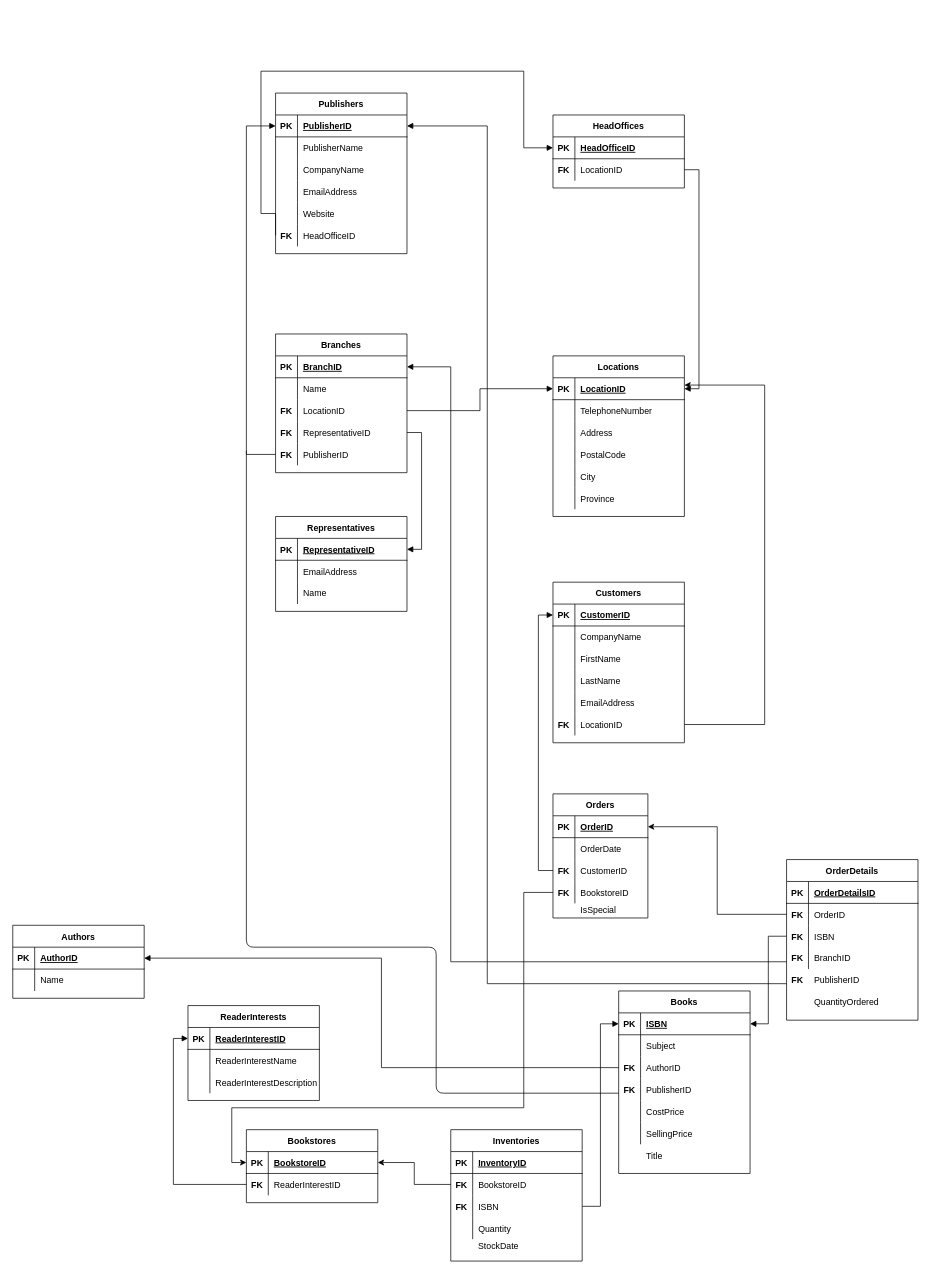
gordonpn/comp353-warmup-project keeps this draw.io diagram as relational-schema.drawio. Above is the earlier version. Source tidied: cells renumbered, new cells numbered last; positions are measured from the earlier drawing's top-left corner, leaving out a move shared by most shapes. Both pictures are drawn from the tidied source at 73%, with x=0, y=0 at pixel (12, 71).
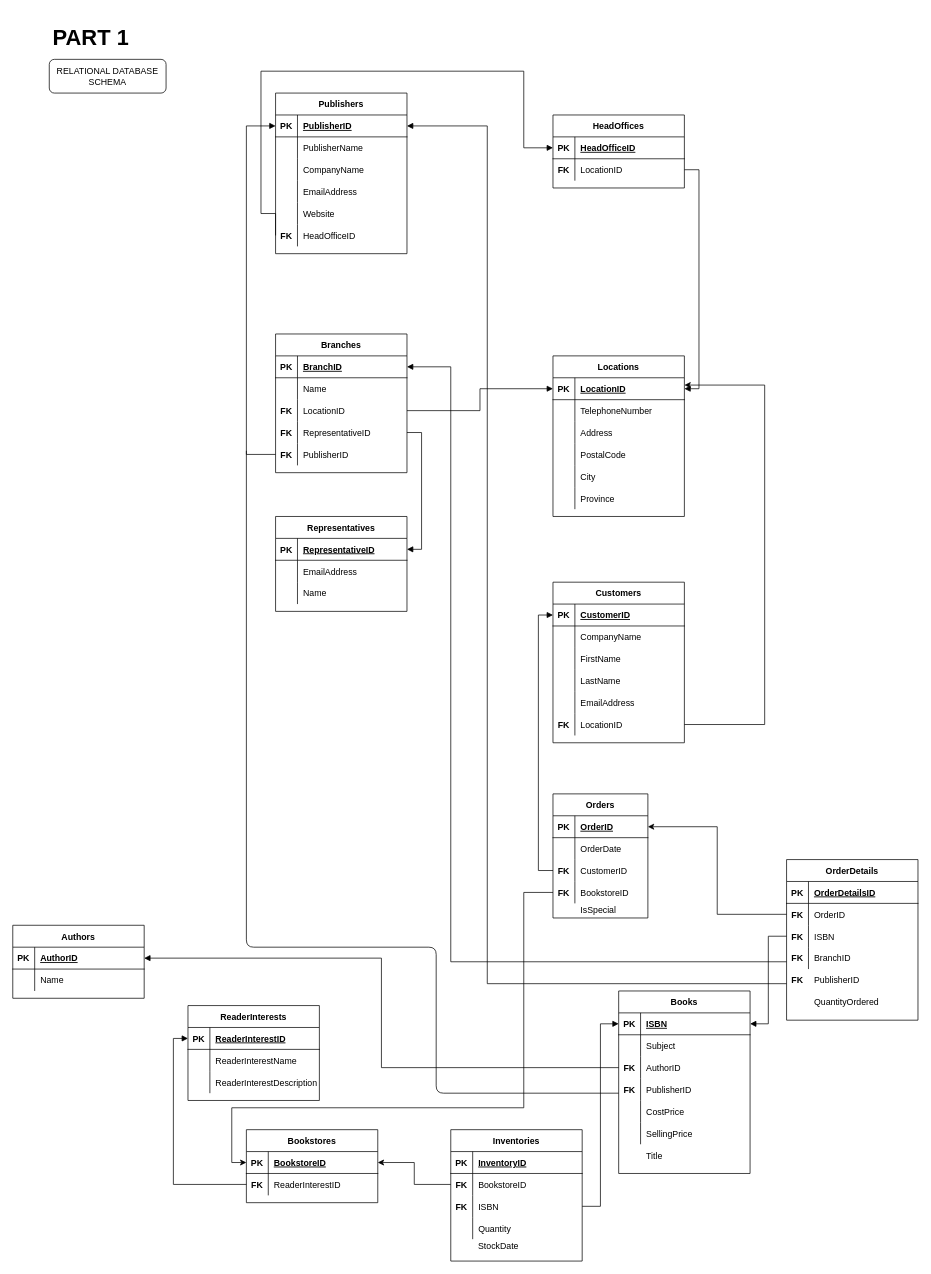
The same page after the edit.

Change to the diagram source:
```diff
@@
+    <mxCell id="203" value="&lt;h1&gt;&lt;font style=&quot;font-size: 30px&quot;&gt;PART 1&lt;/font&gt;&lt;/h1&gt;" style="text;html=1;strokeColor=none;fillColor=none;spacing=5;spacingTop=-20;whiteSpace=wrap;overflow=hidden;rounded=0;" parent="1" vertex="1">
+      <mxGeometry x="50" y="-70" width="190" height="120" as="geometry" />
+    </mxCell>
+    <mxCell id="204" value="RELATIONAL DATABASE SCHEMA" style="rounded=1;whiteSpace=wrap;html=1;" parent="1" vertex="1">
+      <mxGeometry x="50" y="-16.2" width="160" height="46.2" as="geometry" />
+    </mxCell>
```
